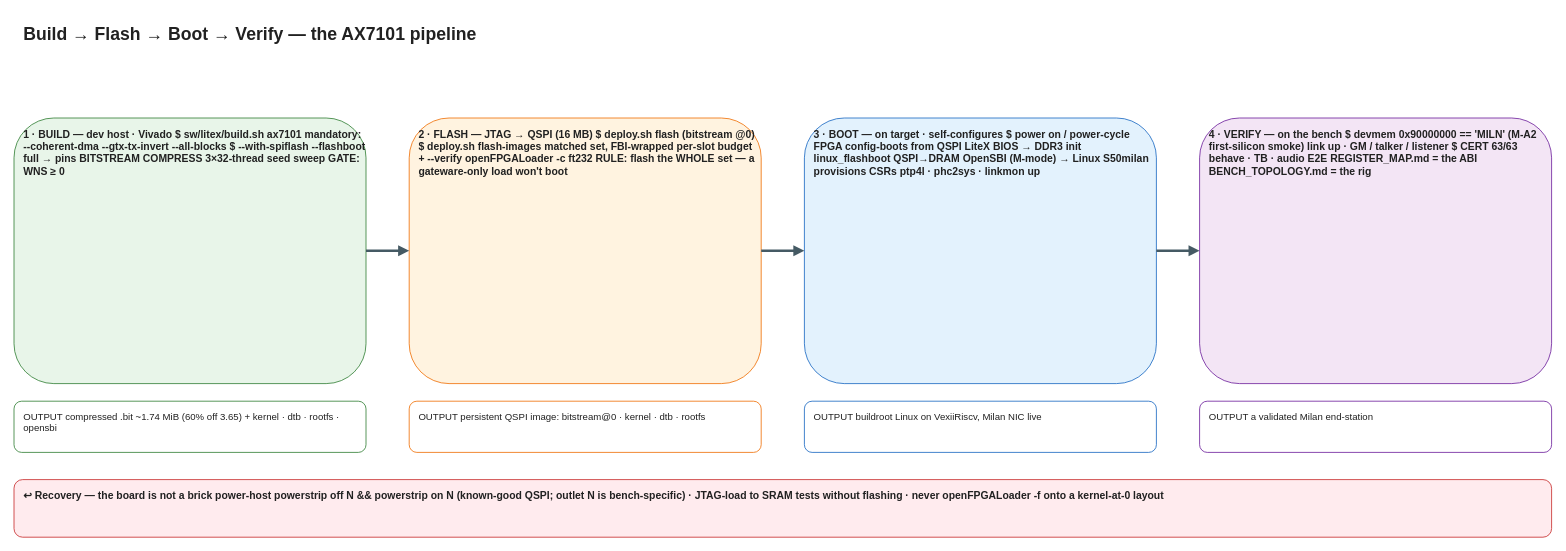
This is docs/BUILD_FLASH_BOOT.drawio from kebag-logic/milan-fpga, a draw.io file, before an edit. Source tidied: cells renumbered, new cells numbered last; positions are measured from the earlier drawing's top-left corner, leaving out a move shared by most shapes. Both pictures are drawn from the tidied source at 80%, with x=0, y=0 at pixel (14, 14).
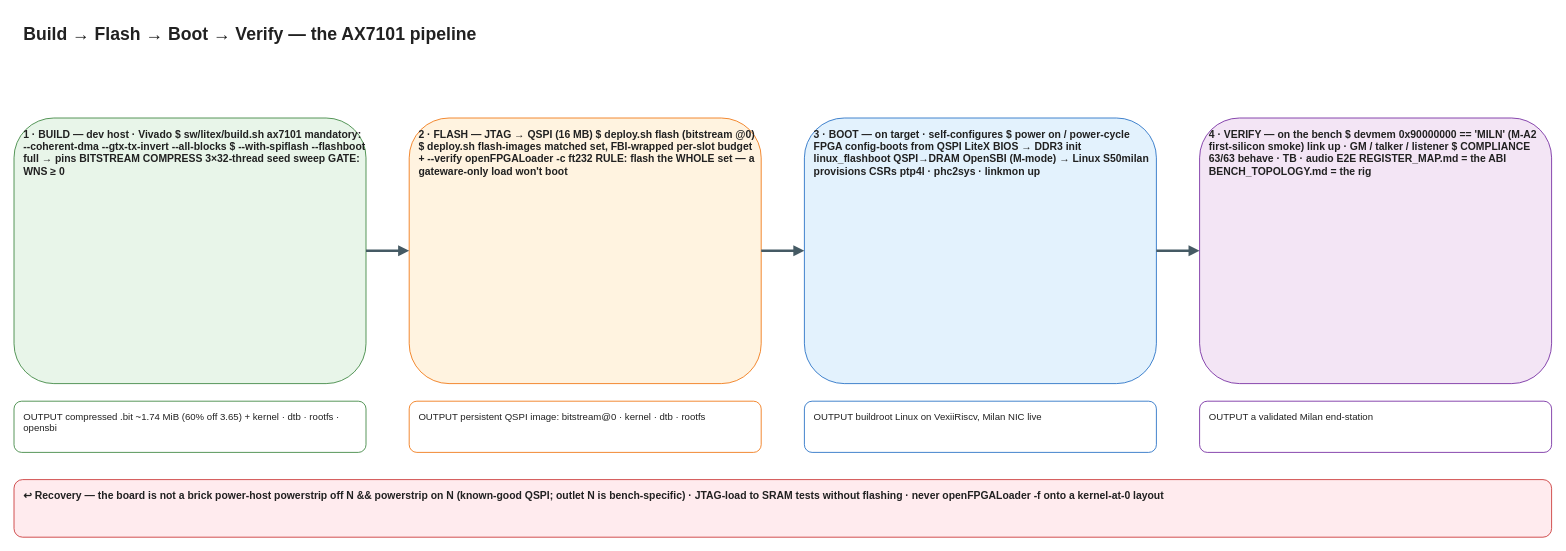
The same diagram, later.

Diff of the diagram source:
```diff
@@
 <mxGraphModel>
   <root>
     <mxCell id="0" />
     <mxCell id="1" parent="0" />
     <mxCell id="2" value="Build → Flash → Boot → Verify — the AX7101 pipeline" style="rounded=1;whiteSpace=wrap;html=1;fillColor=none;strokeColor=none;fontSize=22;align=left;verticalAlign=top;spacingLeft=10;spacingTop=6;fontColor=#212121;fontStyle=1;" parent="1" vertex="1">
       <mxGeometry width="1200" height="34" as="geometry" />
     </mxCell>
     <mxCell id="3" value="1 · BUILD   —   dev host · Vivado  $ sw/litex/build.sh ax7101   mandatory: --coherent-dma   --gtx-tx-invert --all-blocks $ --with-spiflash --flashboot full     → pins BITSTREAM COMPRESS   3×32-thread seed sweep   GATE: WNS ≥ 0" style="rounded=1;whiteSpace=wrap;html=1;fillColor=#E8F5E9;strokeColor=#2E7D32;fontSize=13;align=left;verticalAlign=top;spacingLeft=10;spacingTop=6;fontColor=#212121;fontStyle=1;" parent="1" vertex="1">
       <mxGeometry y="130" width="440" height="332" as="geometry" />
     </mxCell>
     <mxCell id="4" value="OUTPUT compressed .bit ~1.74 MiB (60% off 3.65) + kernel · dtb · rootfs · opensbi" style="rounded=1;whiteSpace=wrap;html=1;fillColor=#ffffff;strokeColor=#2E7D32;fontSize=12;align=left;verticalAlign=top;spacingLeft=10;spacingTop=6;fontColor=#212121;" parent="1" vertex="1">
       <mxGeometry y="484" width="440" height="64" as="geometry" />
     </mxCell>
     <mxCell id="5" value="2 · FLASH   —   JTAG → QSPI (16 MB)  $ deploy.sh flash  (bitstream @0) $ deploy.sh flash-images     matched set, FBI-wrapped     per-slot budget + --verify   openFPGALoader -c ft232   RULE: flash the WHOLE set —   a gateware-only load won't boot" style="rounded=1;whiteSpace=wrap;html=1;fillColor=#FFF3E0;strokeColor=#EF6C00;fontSize=13;align=left;verticalAlign=top;spacingLeft=10;spacingTop=6;fontColor=#212121;fontStyle=1;" parent="1" vertex="1">
       <mxGeometry x="494" y="130" width="440" height="332" as="geometry" />
     </mxCell>
     <mxCell id="6" value="OUTPUT persistent QSPI image: bitstream@0 · kernel · dtb · rootfs" style="rounded=1;whiteSpace=wrap;html=1;fillColor=#ffffff;strokeColor=#EF6C00;fontSize=12;align=left;verticalAlign=top;spacingLeft=10;spacingTop=6;fontColor=#212121;" parent="1" vertex="1">
       <mxGeometry x="494" y="484" width="440" height="64" as="geometry" />
     </mxCell>
     <mxCell id="7" value="3 · BOOT   —   on target · self-configures  $ power on / power-cycle   FPGA config-boots from QSPI   LiteX BIOS → DDR3 init   linux_flashboot QSPI→DRAM   OpenSBI (M-mode) → Linux   S50milan provisions CSRs   ptp4l · phc2sys · linkmon up" style="rounded=1;whiteSpace=wrap;html=1;fillColor=#E3F2FD;strokeColor=#1565C0;fontSize=13;align=left;verticalAlign=top;spacingLeft=10;spacingTop=6;fontColor=#212121;fontStyle=1;" parent="1" vertex="1">
       <mxGeometry x="988" y="130" width="440" height="332" as="geometry" />
     </mxCell>
     <mxCell id="8" value="OUTPUT buildroot Linux on VexiiRiscv, Milan NIC live" style="rounded=1;whiteSpace=wrap;html=1;fillColor=#ffffff;strokeColor=#1565C0;fontSize=12;align=left;verticalAlign=top;spacingLeft=10;spacingTop=6;fontColor=#212121;" parent="1" vertex="1">
       <mxGeometry x="988" y="484" width="440" height="64" as="geometry" />
     </mxCell>
-    <mxCell id="9" value="4 · VERIFY   —   on the bench  $ devmem 0x90000000 == 'MILN'     (M-A2 first-silicon smoke)   link up · GM / talker / listener $ CERT 63/63   behave · TB · audio E2E   REGISTER_MAP.md = the ABI   BENCH_TOPOLOGY.md = the rig" style="rounded=1;whiteSpace=wrap;html=1;fillColor=#F3E5F5;strokeColor=#6A1B9A;fontSize=13;align=left;verticalAlign=top;spacingLeft=10;spacingTop=6;fontColor=#212121;fontStyle=1;" parent="1" vertex="1">
+    <mxCell id="9" value="4 · VERIFY   —   on the bench  $ devmem 0x90000000 == 'MILN'     (M-A2 first-silicon smoke)   link up · GM / talker / listener $ COMPLIANCE 63/63   behave · TB · audio E2E   REGISTER_MAP.md = the ABI   BENCH_TOPOLOGY.md = the rig" style="rounded=1;whiteSpace=wrap;html=1;fillColor=#F3E5F5;strokeColor=#6A1B9A;fontSize=13;align=left;verticalAlign=top;spacingLeft=10;spacingTop=6;fontColor=#212121;fontStyle=1;" parent="1" vertex="1">
       <mxGeometry x="1482" y="130" width="440" height="332" as="geometry" />
     </mxCell>
     <mxCell id="10" value="OUTPUT a validated Milan end-station" style="rounded=1;whiteSpace=wrap;html=1;fillColor=#ffffff;strokeColor=#6A1B9A;fontSize=12;align=left;verticalAlign=top;spacingLeft=10;spacingTop=6;fontColor=#212121;" parent="1" vertex="1">
       <mxGeometry x="1482" y="484" width="440" height="64" as="geometry" />
     </mxCell>
     <mxCell id="11" style="endArrow=block;html=1;strokeColor=#455A64;strokeWidth=3;" parent="1" edge="1" source="3" target="5">
       <mxGeometry relative="1" as="geometry" />
     </mxCell>
     <mxCell id="12" style="endArrow=block;html=1;strokeColor=#455A64;strokeWidth=3;" parent="1" edge="1" source="5" target="7">
       <mxGeometry relative="1" as="geometry" />
     </mxCell>
     <mxCell id="13" style="endArrow=block;html=1;strokeColor=#455A64;strokeWidth=3;" parent="1" edge="1" source="7" target="9">
       <mxGeometry relative="1" as="geometry" />
     </mxCell>
     <mxCell id="14" value="↩ Recovery — the board is not a brick power-host powerstrip off N &amp;&amp; powerstrip on N (known-good QSPI; outlet N is bench-specific) · JTAG-load to SRAM tests without flashing · never openFPGALoader -f onto a kernel-at-0 layout" style="rounded=1;whiteSpace=wrap;html=1;fillColor=#FFEBEE;strokeColor=#C62828;fontSize=13;align=left;verticalAlign=top;spacingLeft=10;spacingTop=6;fontColor=#212121;fontStyle=1;" parent="1" vertex="1">
       <mxGeometry y="582" width="1922" height="72" as="geometry" />
     </mxCell>
   </root>
 </mxGraphModel>
```
